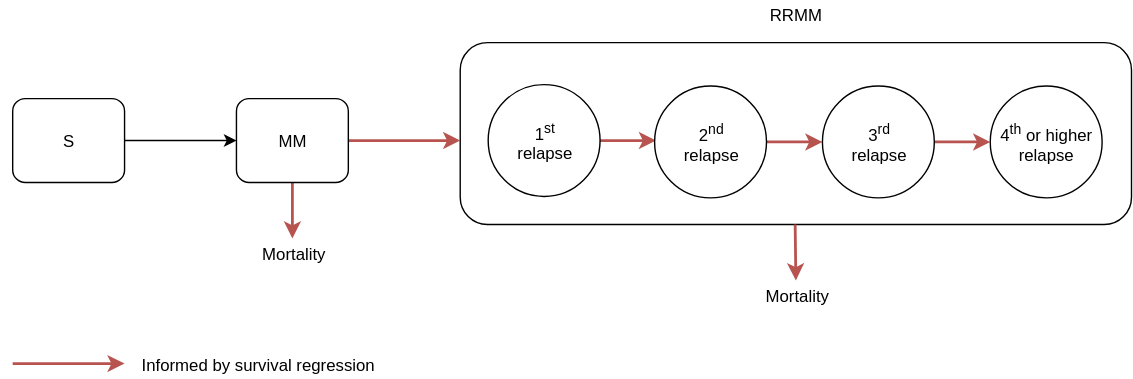
Before: docs/source/gbd2019_models/causes/neoplasms/multiple_myeloma/cause_model_diagram.svg, a diagram exported from draw.io (ihmeuw/vivarium_research). Source tidied: cells renumbered, new cells last; positions are measured from the earlier drawing's top-left corner, leaving out a move shared by most shapes.
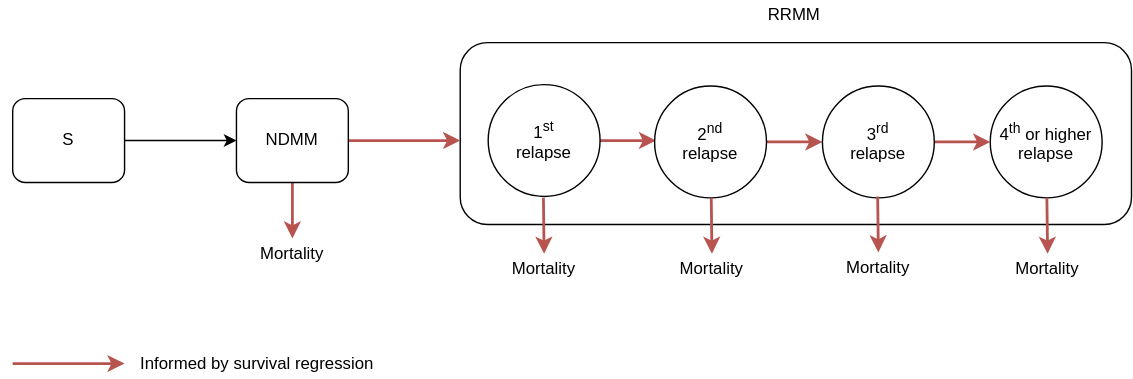
Later version of the same file.

Commit message:
Update cause model without updating hazard calculation methods

The edit, as a diff of the source:
```diff
@@ -49,7 +49,7 @@
       <mxGeometry x="579" y="61" width="80" height="80" as="geometry" />
     </mxCell>
     <mxCell id="14" value="Mortality" style="text;html=1;strokeColor=none;fillColor=none;align=center;verticalAlign=middle;whiteSpace=wrap;rounded=0;" parent="1" vertex="1">
-      <mxGeometry x="540" y="201" width="40" height="20" as="geometry" />
+      <mxGeometry x="360" y="182" width="40" height="20" as="geometry" />
     </mxCell>
     <mxCell id="15" style="edgeStyle=orthogonalEdgeStyle;rounded=0;orthogonalLoop=1;jettySize=auto;html=1;exitX=1;exitY=0.5;exitDx=0;exitDy=0;entryX=0;entryY=0.5;entryDx=0;entryDy=0;fillColor=#f8cecc;strokeColor=#b85450;strokeWidth=2;" parent="1" edge="1">
       <mxGeometry relative="1" as="geometry">
@@ -63,7 +63,7 @@
     <mxCell id="17" value="S" style="rounded=1;whiteSpace=wrap;html=1;" parent="1" vertex="1">
       <mxGeometry y="70" width="80" height="60" as="geometry" />
     </mxCell>
-    <mxCell id="18" value="MM" style="rounded=1;whiteSpace=wrap;html=1;" parent="1" vertex="1">
+    <mxCell id="18" value="NDMM" style="rounded=1;whiteSpace=wrap;html=1;" parent="1" vertex="1">
       <mxGeometry x="160" y="70" width="80" height="60" as="geometry" />
     </mxCell>
     <mxCell id="19" value="RRMM" style="text;html=1;strokeColor=none;fillColor=none;align=center;verticalAlign=middle;whiteSpace=wrap;rounded=0;" parent="1" vertex="1">
@@ -71,9 +71,36 @@
     </mxCell>
     <mxCell id="20" style="rounded=0;orthogonalLoop=1;jettySize=auto;html=1;exitX=0.5;exitY=1;exitDx=0;exitDy=0;strokeWidth=2;fillColor=#f8cecc;strokeColor=#b85450;" parent="1" edge="1">
       <mxGeometry relative="1" as="geometry">
-        <mxPoint x="559.5" y="160" as="sourcePoint" />
-        <mxPoint x="560" y="200" as="targetPoint" />
+        <mxPoint x="379.5" y="141" as="sourcePoint" />
+        <mxPoint x="380" y="181" as="targetPoint" />
       </mxGeometry>
     </mxCell>
+    <mxCell id="21" value="Mortality" style="text;html=1;strokeColor=none;fillColor=none;align=center;verticalAlign=middle;whiteSpace=wrap;rounded=0;" parent="1" vertex="1">
+      <mxGeometry x="480" y="182" width="40" height="20" as="geometry" />
+    </mxCell>
+    <mxCell id="22" style="rounded=0;orthogonalLoop=1;jettySize=auto;html=1;exitX=0.5;exitY=1;exitDx=0;exitDy=0;strokeWidth=2;fillColor=#f8cecc;strokeColor=#b85450;" parent="1" edge="1">
+      <mxGeometry relative="1" as="geometry">
+        <mxPoint x="499.5" y="141" as="sourcePoint" />
+        <mxPoint x="500" y="181" as="targetPoint" />
+      </mxGeometry>
+    </mxCell>
+    <mxCell id="23" value="Mortality" style="text;html=1;strokeColor=none;fillColor=none;align=center;verticalAlign=middle;whiteSpace=wrap;rounded=0;" parent="1" vertex="1">
+      <mxGeometry x="599" y="181" width="40" height="20" as="geometry" />
+    </mxCell>
+    <mxCell id="24" style="rounded=0;orthogonalLoop=1;jettySize=auto;html=1;exitX=0.5;exitY=1;exitDx=0;exitDy=0;strokeWidth=2;fillColor=#f8cecc;strokeColor=#b85450;" parent="1" edge="1">
+      <mxGeometry relative="1" as="geometry">
+        <mxPoint x="618.5" y="140" as="sourcePoint" />
+        <mxPoint x="619" y="180" as="targetPoint" />
+      </mxGeometry>
+    </mxCell>
+    <mxCell id="25" value="Mortality" style="text;html=1;strokeColor=none;fillColor=none;align=center;verticalAlign=middle;whiteSpace=wrap;rounded=0;" parent="1" vertex="1">
+      <mxGeometry x="720" y="182" width="40" height="20" as="geometry" />
+    </mxCell>
+    <mxCell id="26" style="rounded=0;orthogonalLoop=1;jettySize=auto;html=1;exitX=0.5;exitY=1;exitDx=0;exitDy=0;strokeWidth=2;fillColor=#f8cecc;strokeColor=#b85450;" parent="1" edge="1">
+      <mxGeometry relative="1" as="geometry">
+        <mxPoint x="739.5" y="141" as="sourcePoint" />
+        <mxPoint x="740" y="181" as="targetPoint" />
+      </mxGeometry>
+    </mxCell>
   </root>
 </mxGraphModel>
```
